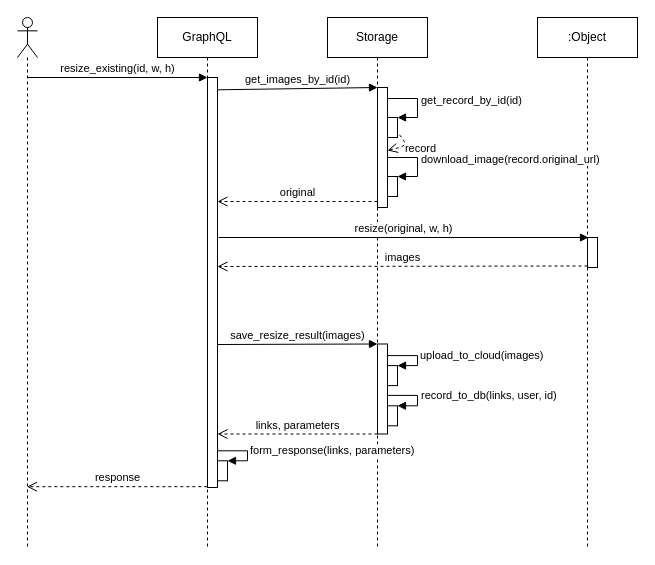
Above: doc/resize_existing.drawio in kacejot/resize-service (draw.io), before the change. Source tidied: cells renumbered, new cells numbered last; positions are measured from the earlier drawing's top-left corner, leaving out a move shared by most shapes. Both pictures are drawn from the tidied source at 100%, with x=0, y=0 at pixel (17, 17).
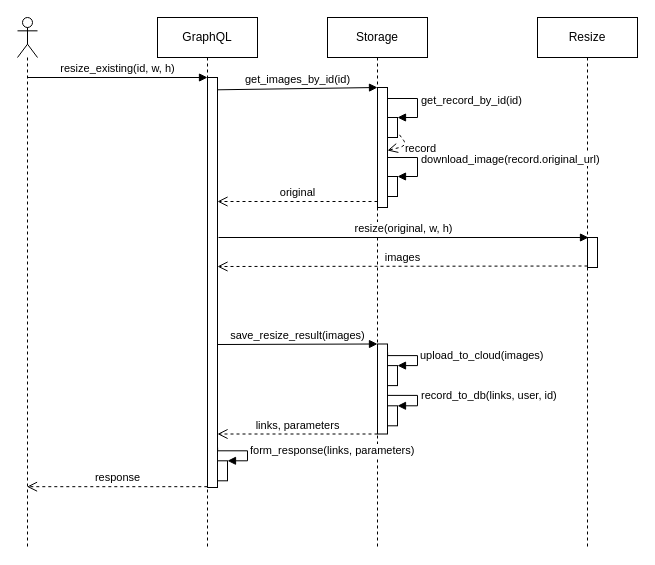
After the change.

What changed in the source:
```diff
@@
-    <mxCell id="6" value=":Object" style="shape=umlLifeline;perimeter=lifelinePerimeter;whiteSpace=wrap;html=1;" parent="1" vertex="1">
+    <mxCell id="6" value="Resize" style="shape=umlLifeline;perimeter=lifelinePerimeter;whiteSpace=wrap;html=1;" parent="1" vertex="1">
       <mxGeometry x="520" width="100" height="530" as="geometry" />
     </mxCell>
```
